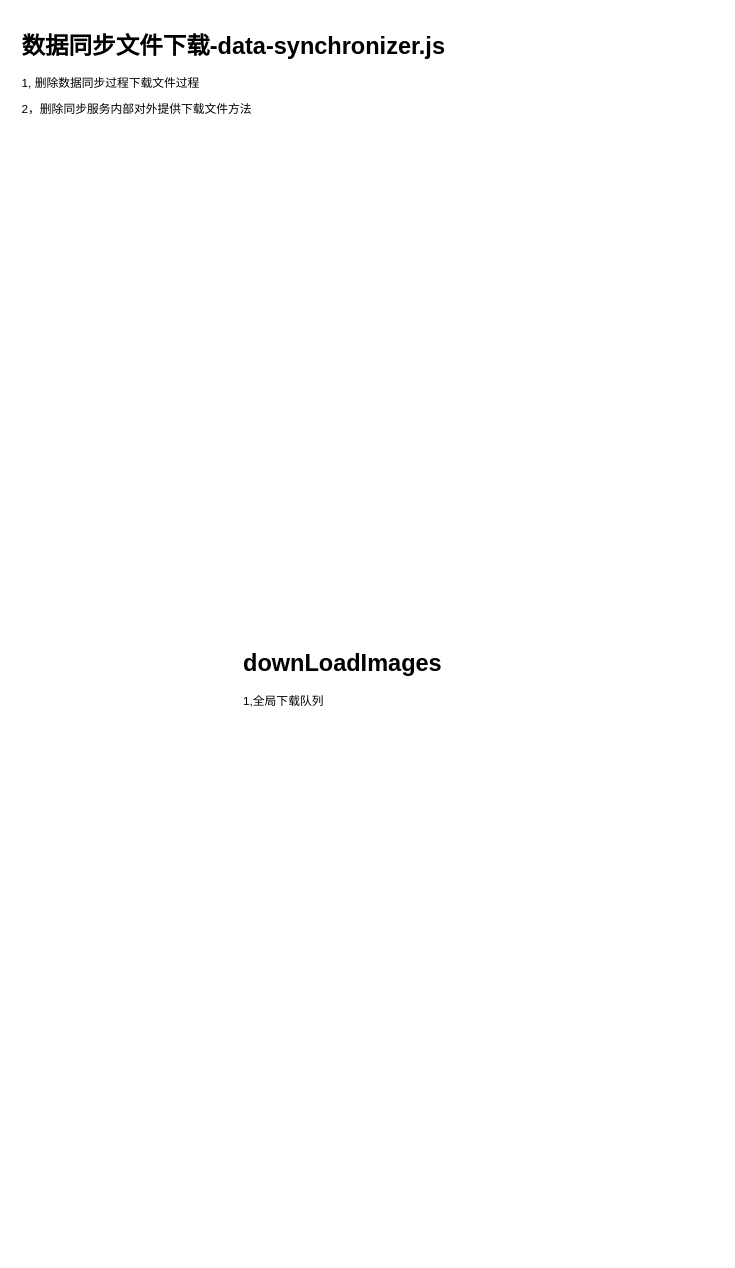
The draw.io diagram sync-data/image-download.drawio in jsven/design-draw, before the edit. Source tidied: cells renumbered, new cells numbered last; positions are measured from the earlier drawing's top-left corner, leaving out a move shared by most shapes. Both pictures are drawn from the tidied source at 98%, with x=0, y=0 at pixel (17, 26).
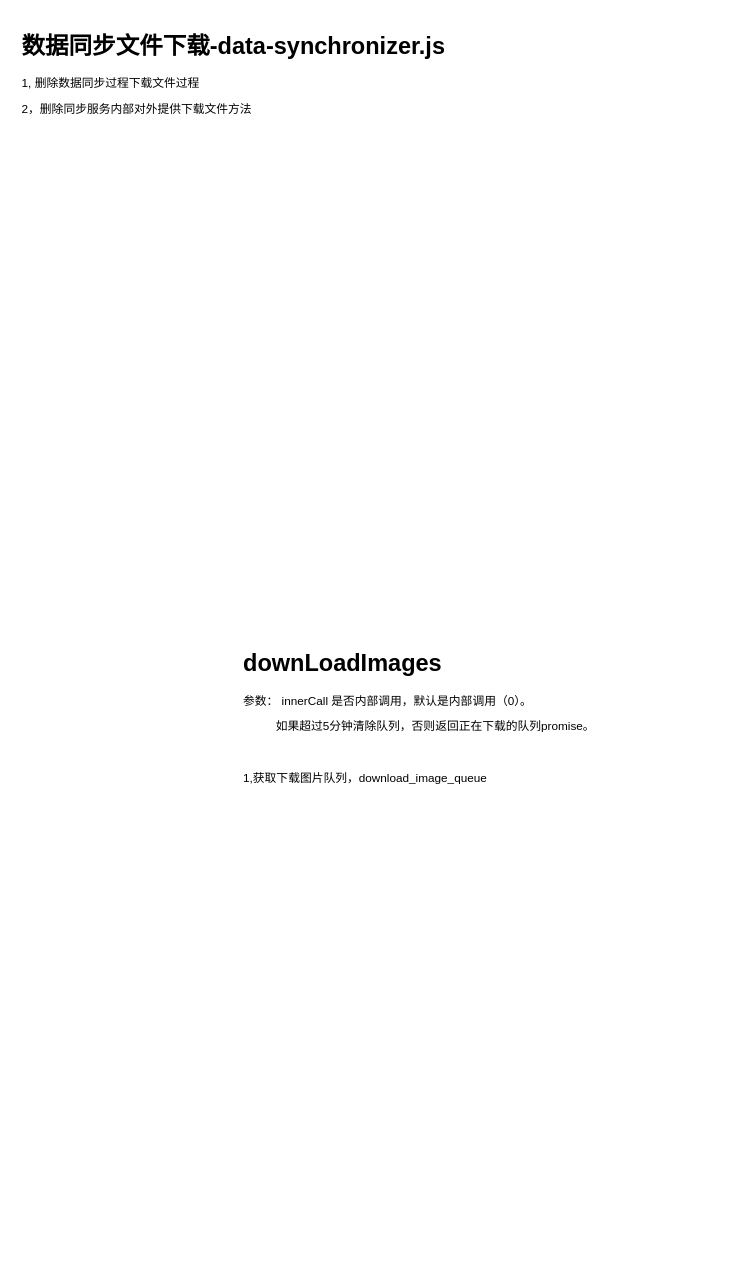
After the change.

The edit, as a diff of the source:
```diff
@@
 <mxGraphModel>
   <root>
     <mxCell id="0" />
     <mxCell id="1" parent="0" />
     <mxCell id="2" value="&lt;h1&gt;数据同步文件下载-data-synchronizer.js&lt;/h1&gt;&lt;p&gt;1, 删除数据同步过程下载文件过程&lt;/p&gt;&lt;p&gt;2，删除同步服务内部对外提供下载文件方法&lt;/p&gt;" style="text;html=1;strokeColor=none;fillColor=none;spacing=5;spacingTop=-20;whiteSpace=wrap;overflow=hidden;rounded=0;" parent="1" vertex="1">
       <mxGeometry width="536" height="120" as="geometry" />
     </mxCell>
-    <mxCell id="3" value="&lt;h1&gt;downLoadImages&lt;/h1&gt;&lt;p&gt;1,全局下载队列&lt;/p&gt;" style="text;html=1;strokeColor=none;fillColor=none;spacing=5;spacingTop=-20;whiteSpace=wrap;overflow=hidden;rounded=0;" parent="1" vertex="1">
-      <mxGeometry x="226" y="630" width="410" height="120" as="geometry" />
+    <mxCell id="3" value="&lt;h1&gt;downLoadImages&lt;/h1&gt;&lt;p&gt;参数： innerCall 是否内部调用，默认是内部调用（0）。&lt;/p&gt;&lt;p&gt;&amp;nbsp; &amp;nbsp; &amp;nbsp; &amp;nbsp; &amp;nbsp; 如果超过5分钟清除队列，否则返回正在下载的队列promise。&lt;/p&gt;&lt;p&gt;&lt;br&gt;&lt;/p&gt;&lt;p&gt;1,获取下载图片队列，download_image_queue&lt;/p&gt;&lt;p&gt;&lt;br&gt;&lt;/p&gt;" style="text;html=1;strokeColor=none;fillColor=none;spacing=5;spacingTop=-20;whiteSpace=wrap;overflow=hidden;rounded=0;" parent="1" vertex="1">
+      <mxGeometry x="226" y="630" width="490" height="620" as="geometry" />
     </mxCell>
   </root>
 </mxGraphModel>
```
